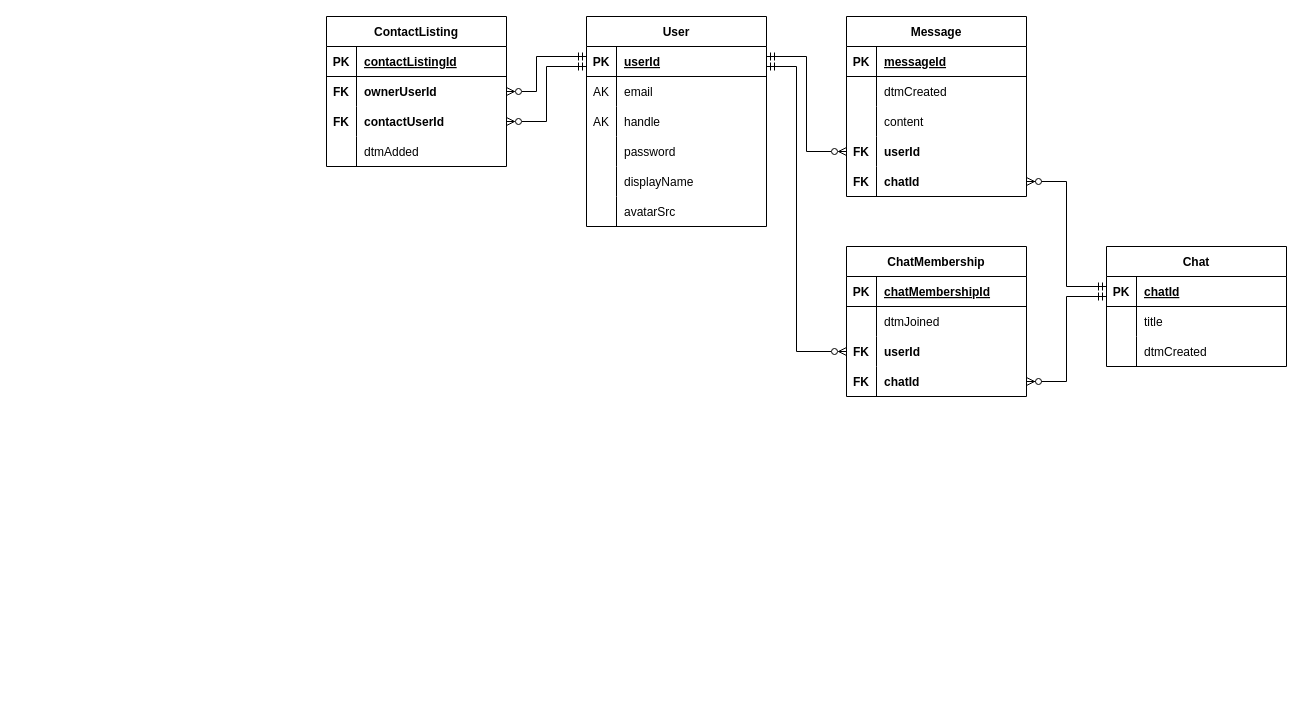
This is backend/ERD.drawio from canneth/hello-friend, a draw.io file, before an edit. Source tidied: cells renumbered, new cells numbered last; positions are measured from the earlier drawing's top-left corner, leaving out a move shared by most shapes. Both pictures are drawn from the tidied source at 100%, with x=0, y=0 at pixel (326, 16).
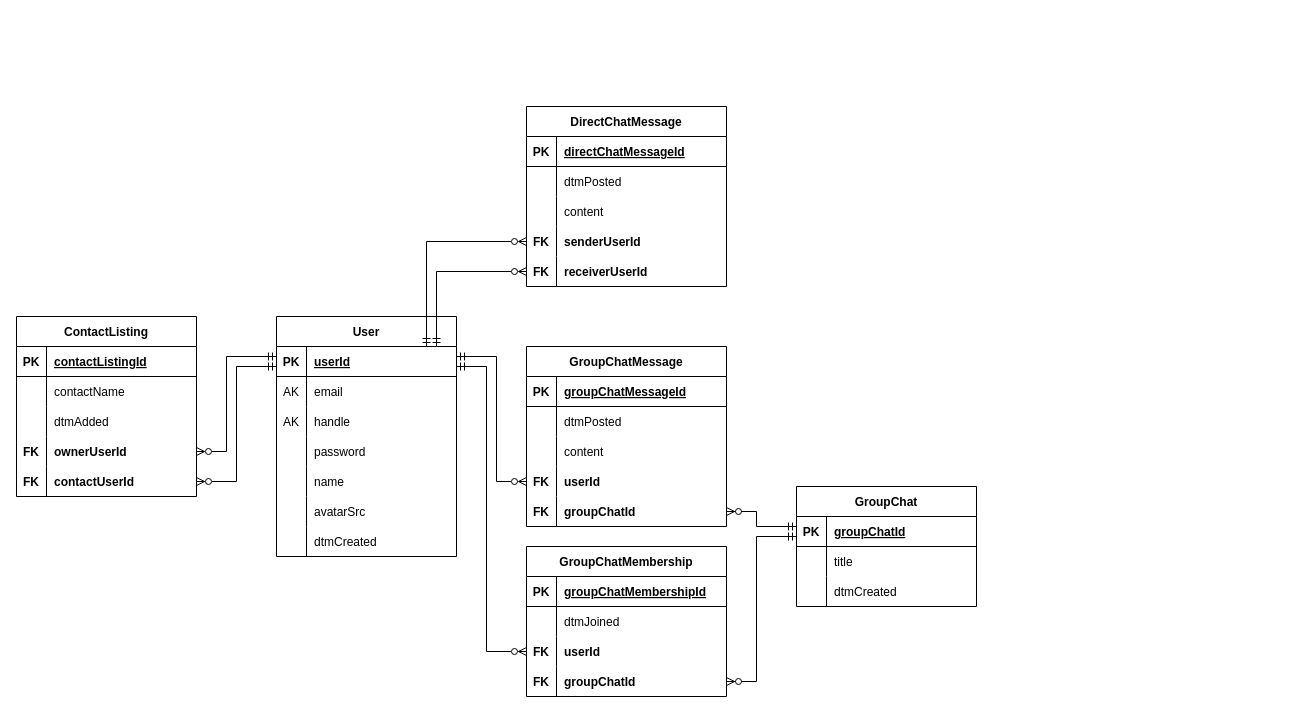
The same diagram, later.

Commit message (it also covers changes not shown here):
dev: Revise database architecture

The change refers to these unchanged cells:
```xml
<mxCell id="3" style="shape=partialRectangle;fillColor=none;top=0;left=0;bottom=1;right=0;points=[[0,0.5],[1,0.5]];portConstraint=eastwest;" parent="2" vertex="1">
  <mxGeometry y="30" width="180" height="30" as="geometry" />
</mxCell>
<mxCell id="15" style="shape=partialRectangle;fillColor=none;top=0;left=0;bottom=0;right=0;" parent="2" vertex="1">
  <mxGeometry y="150" width="180" height="30" as="geometry" />
</mxCell>
<mxCell id="39" style="shape=partialRectangle;fillColor=none;top=0;left=0;bottom=1;right=0;points=[[0,0.5],[1,0.5]];portConstraint=eastwest;" parent="38" vertex="1">
  <mxGeometry y="30" width="180" height="30" as="geometry" />
</mxCell>
```

What changed in the source:
```diff
@@
     <mxCell id="2" value="User" style="shape=table;startSize=30;childLayout=tableLayout;rowLines=0;fontStyle=1;align=center;" parent="1" vertex="1">
-      <mxGeometry x="260" width="180" height="210" as="geometry" />
+      <mxGeometry x="-50" y="300" width="180" height="240" as="geometry" />
     </mxCell>
@@
-    <mxCell id="17" value="displayName" style="shape=partialRectangle;fillColor=none;top=0;left=0;bottom=0;right=0;align=left;spacingLeft=6;overflow=hidden;" parent="15" vertex="1">
+    <mxCell id="17" value="name" style="shape=partialRectangle;fillColor=none;top=0;left=0;bottom=0;right=0;align=left;spacingLeft=6;overflow=hidden;" parent="15" vertex="1">
       <mxGeometry x="30" width="150" height="30" as="geometry" />
     </mxCell>
@@
+    <mxCell id="79" style="shape=partialRectangle;fillColor=none;top=0;left=0;bottom=0;right=0;" parent="2" vertex="1">
+      <mxGeometry y="210" width="180" height="30" as="geometry" />
+    </mxCell>
+    <mxCell id="80" style="shape=partialRectangle;fillColor=none;top=0;left=0;bottom=0;right=0;overflow=hidden;" parent="79" vertex="1">
+      <mxGeometry width="30" height="30" as="geometry" />
+    </mxCell>
+    <mxCell id="81" value="dtmCreated" style="shape=partialRectangle;fillColor=none;top=0;left=0;bottom=0;right=0;align=left;spacingLeft=6;overflow=hidden;" parent="79" vertex="1">
+      <mxGeometry x="30" width="150" height="30" as="geometry" />
+    </mxCell>
-    <mxCell id="21" value="Message" style="shape=table;startSize=30;childLayout=tableLayout;rowLines=0;fontStyle=1;align=center;" parent="1" vertex="1">
-      <mxGeometry x="520" width="180" height="180" as="geometry" />
+    <mxCell id="21" value="GroupChatMessage" style="shape=table;startSize=30;childLayout=tableLayout;rowLines=0;fontStyle=1;align=center;" parent="1" vertex="1">
+      <mxGeometry x="200" y="330" width="200" height="180" as="geometry" />
     </mxCell>
     <mxCell id="22" style="shape=partialRectangle;fillColor=none;top=0;left=0;bottom=1;right=0;" parent="21" vertex="1">
-      <mxGeometry y="30" width="180" height="30" as="geometry" />
+      <mxGeometry y="30" width="200" height="30" as="geometry" />
     </mxCell>
@@
-    <mxCell id="24" value="messageId" style="shape=partialRectangle;fillColor=none;top=0;left=0;bottom=0;right=0;align=left;spacingLeft=6;fontStyle=5;overflow=hidden;" parent="22" vertex="1">
-      <mxGeometry x="30" width="150" height="30" as="geometry" />
+    <mxCell id="24" value="groupChatMessageId" style="shape=partialRectangle;fillColor=none;top=0;left=0;bottom=0;right=0;align=left;spacingLeft=6;fontStyle=5;overflow=hidden;" parent="22" vertex="1">
+      <mxGeometry x="30" width="170" height="30" as="geometry" />
     </mxCell>
     <mxCell id="25" style="shape=partialRectangle;fillColor=none;top=0;left=0;bottom=0;right=0;" parent="21" vertex="1">
-      <mxGeometry y="60" width="180" height="30" as="geometry" />
+      <mxGeometry y="60" width="200" height="30" as="geometry" />
     </mxCell>
@@
-    <mxCell id="27" value="dtmCreated" style="shape=partialRectangle;fillColor=none;top=0;left=0;bottom=0;right=0;align=left;spacingLeft=6;overflow=hidden;" parent="25" vertex="1">
-      <mxGeometry x="30" width="150" height="30" as="geometry" />
+    <mxCell id="27" value="dtmPosted" style="shape=partialRectangle;fillColor=none;top=0;left=0;bottom=0;right=0;align=left;spacingLeft=6;overflow=hidden;" parent="25" vertex="1">
+      <mxGeometry x="30" width="170" height="30" as="geometry" />
     </mxCell>
     <mxCell id="28" style="shape=partialRectangle;fillColor=none;top=0;left=0;bottom=0;right=0;" parent="21" vertex="1">
-      <mxGeometry y="90" width="180" height="30" as="geometry" />
+      <mxGeometry y="90" width="200" height="30" as="geometry" />
     </mxCell>
@@
     <mxCell id="30" value="content" style="shape=partialRectangle;fillColor=none;top=0;left=0;bottom=0;right=0;align=left;spacingLeft=6;overflow=hidden;" parent="28" vertex="1">
-      <mxGeometry x="30" width="150" height="30" as="geometry" />
+      <mxGeometry x="30" width="170" height="30" as="geometry" />
     </mxCell>
     <mxCell id="31" style="shape=partialRectangle;fillColor=none;top=0;left=0;bottom=0;right=0;points=[[0,0.5],[1,0.5]];portConstraint=eastwest;" parent="21" vertex="1">
-      <mxGeometry y="120" width="180" height="30" as="geometry" />
+      <mxGeometry y="120" width="200" height="30" as="geometry" />
     </mxCell>
@@
     <mxCell id="33" value="userId" style="shape=partialRectangle;fillColor=none;top=0;left=0;bottom=0;right=0;align=left;spacingLeft=6;overflow=hidden;fontStyle=1;" parent="31" vertex="1">
-      <mxGeometry x="30" width="150" height="30" as="geometry" />
+      <mxGeometry x="30" width="170" height="30" as="geometry" />
     </mxCell>
     <mxCell id="34" style="shape=partialRectangle;fillColor=none;top=0;left=0;bottom=0;right=0;points=[[0,0.5],[1,0.5]];portConstraint=eastwest;" parent="21" vertex="1">
-      <mxGeometry y="150" width="180" height="30" as="geometry" />
+      <mxGeometry y="150" width="200" height="30" as="geometry" />
     </mxCell>
@@
-    <mxCell id="36" value="chatId" style="shape=partialRectangle;fillColor=none;top=0;left=0;bottom=0;right=0;align=left;spacingLeft=6;overflow=hidden;fontStyle=1;" parent="34" vertex="1">
-      <mxGeometry x="30" width="150" height="30" as="geometry" />
+    <mxCell id="36" value="groupChatId" style="shape=partialRectangle;fillColor=none;top=0;left=0;bottom=0;right=0;align=left;spacingLeft=6;overflow=hidden;fontStyle=1;" parent="34" vertex="1">
+      <mxGeometry x="30" width="170" height="30" as="geometry" />
     </mxCell>
     <mxCell id="37" style="edgeStyle=orthogonalEdgeStyle;rounded=0;jettySize=auto;html=1;endArrow=ERzeroToMany;endFill=0;strokeColor=default;startArrow=ERmandOne;startFill=0;" parent="1" edge="1" source="3" target="31">
       <mxGeometry relative="1" as="geometry">
         <Array as="points">
-          <mxPoint x="480" y="40" />
-          <mxPoint x="480" y="135" />
+          <mxPoint x="170" y="340" />
+          <mxPoint x="170" y="465" />
         </Array>
       </mxGeometry>
     </mxCell>
-    <mxCell id="38" value="Chat" style="shape=table;startSize=30;childLayout=tableLayout;rowLines=0;fontStyle=1;align=center;" parent="1" vertex="1">
-      <mxGeometry x="780" y="230" width="180" height="120" as="geometry" />
+    <mxCell id="38" value="GroupChat" style="shape=table;startSize=30;childLayout=tableLayout;rowLines=0;fontStyle=1;align=center;" parent="1" vertex="1">
+      <mxGeometry x="470" y="470" width="180" height="120" as="geometry" />
     </mxCell>
@@
-    <mxCell id="41" value="chatId" style="shape=partialRectangle;fillColor=none;top=0;left=0;bottom=0;right=0;align=left;spacingLeft=6;fontStyle=5;overflow=hidden;" parent="39" vertex="1">
+    <mxCell id="41" value="groupChatId" style="shape=partialRectangle;fillColor=none;top=0;left=0;bottom=0;right=0;align=left;spacingLeft=6;fontStyle=5;overflow=hidden;" parent="39" vertex="1">
       <mxGeometry x="30" width="150" height="30" as="geometry" />
     </mxCell>
@@
     <mxCell id="48" style="edgeStyle=orthogonalEdgeStyle;rounded=0;jettySize=auto;html=1;startArrow=ERzeroToMany;startFill=1;endArrow=ERmandOne;endFill=0;strokeColor=default;" parent="1" edge="1" source="34" target="39">
       <mxGeometry relative="1" as="geometry">
         <Array as="points">
-          <mxPoint x="740" y="165" />
-          <mxPoint x="740" y="270" />
+          <mxPoint x="430" y="495" />
+          <mxPoint x="430" y="510" />
         </Array>
       </mxGeometry>
     </mxCell>
-    <mxCell id="49" value="ChatMembership" style="shape=table;startSize=30;childLayout=tableLayout;rowLines=0;fontStyle=1;align=center;" parent="1" vertex="1">
-      <mxGeometry x="520" y="230" width="180" height="150" as="geometry" />
+    <mxCell id="49" value="GroupChatMembership" style="shape=table;startSize=30;childLayout=tableLayout;rowLines=0;fontStyle=1;align=center;" parent="1" vertex="1">
+      <mxGeometry x="200" y="530" width="200" height="150" as="geometry" />
     </mxCell>
     <mxCell id="50" style="shape=partialRectangle;fillColor=none;top=0;left=0;bottom=1;right=0;" parent="49" vertex="1">
-      <mxGeometry y="30" width="180" height="30" as="geometry" />
+      <mxGeometry y="30" width="200" height="30" as="geometry" />
     </mxCell>
@@
-    <mxCell id="52" value="chatMembershipId" style="shape=partialRectangle;fillColor=none;top=0;left=0;bottom=0;right=0;align=left;spacingLeft=6;fontStyle=5;overflow=hidden;" parent="50" vertex="1">
-      <mxGeometry x="30" width="150" height="30" as="geometry" />
+    <mxCell id="52" value="groupChatMembershipId" style="shape=partialRectangle;fillColor=none;top=0;left=0;bottom=0;right=0;align=left;spacingLeft=6;fontStyle=5;overflow=hidden;" parent="50" vertex="1">
+      <mxGeometry x="30" width="170" height="30" as="geometry" />
     </mxCell>
     <mxCell id="53" style="shape=partialRectangle;fillColor=none;top=0;left=0;bottom=0;right=0;" parent="49" vertex="1">
-      <mxGeometry y="60" width="180" height="30" as="geometry" />
+      <mxGeometry y="60" width="200" height="30" as="geometry" />
     </mxCell>
@@
     <mxCell id="55" value="dtmJoined" style="shape=partialRectangle;fillColor=none;top=0;left=0;bottom=0;right=0;align=left;spacingLeft=6;overflow=hidden;" parent="53" vertex="1">
-      <mxGeometry x="30" width="150" height="30" as="geometry" />
+      <mxGeometry x="30" width="170" height="30" as="geometry" />
     </mxCell>
     <mxCell id="56" style="shape=partialRectangle;fillColor=none;top=0;left=0;bottom=0;right=0;points=[[0,0.5],[1,0.5]];portConstraint=eastwest;" parent="49" vertex="1">
-      <mxGeometry y="90" width="180" height="30" as="geometry" />
+      <mxGeometry y="90" width="200" height="30" as="geometry" />
     </mxCell>
@@
     <mxCell id="58" value="userId" style="shape=partialRectangle;fillColor=none;top=0;left=0;bottom=0;right=0;align=left;spacingLeft=6;overflow=hidden;fontStyle=1;" parent="56" vertex="1">
-      <mxGeometry x="30" width="150" height="30" as="geometry" />
+      <mxGeometry x="30" width="170" height="30" as="geometry" />
     </mxCell>
     <mxCell id="59" style="shape=partialRectangle;fillColor=none;top=0;left=0;bottom=0;right=0;points=[[0,0.5],[1,0.5]];portConstraint=eastwest;" parent="49" vertex="1">
-      <mxGeometry y="120" width="180" height="30" as="geometry" />
+      <mxGeometry y="120" width="200" height="30" as="geometry" />
     </mxCell>
@@
-    <mxCell id="61" value="chatId" style="shape=partialRectangle;fillColor=none;top=0;left=0;bottom=0;right=0;align=left;spacingLeft=6;overflow=hidden;fontStyle=1;" parent="59" vertex="1">
-      <mxGeometry x="30" width="150" height="30" as="geometry" />
+    <mxCell id="61" value="groupChatId" style="shape=partialRectangle;fillColor=none;top=0;left=0;bottom=0;right=0;align=left;spacingLeft=6;overflow=hidden;fontStyle=1;" parent="59" vertex="1">
+      <mxGeometry x="30" width="170" height="30" as="geometry" />
     </mxCell>
     <mxCell id="62" style="edgeStyle=orthogonalEdgeStyle;rounded=0;jettySize=auto;html=1;startArrow=ERmandOne;startFill=0;endArrow=ERzeroToMany;endFill=0;strokeColor=default;" parent="1" edge="1" source="3" target="56">
       <mxGeometry relative="1" as="geometry">
         <Array as="points">
-          <mxPoint x="470" y="50" />
-          <mxPoint x="470" y="335" />
+          <mxPoint x="160" y="350" />
+          <mxPoint x="160" y="635" />
         </Array>
       </mxGeometry>
     </mxCell>
     <mxCell id="63" style="edgeStyle=orthogonalEdgeStyle;rounded=0;jettySize=auto;html=1;startArrow=ERzeroToMany;startFill=1;endArrow=ERmandOne;endFill=0;strokeColor=default;" parent="1" edge="1" source="59" target="39">
       <mxGeometry relative="1" as="geometry">
         <Array as="points">
-          <mxPoint x="740" y="365" />
-          <mxPoint x="740" y="280" />
+          <mxPoint x="430" y="665" />
+          <mxPoint x="430" y="520" />
         </Array>
       </mxGeometry>
     </mxCell>
     <mxCell id="64" value="ContactListing" style="shape=table;startSize=30;childLayout=tableLayout;rowLines=0;fontStyle=1;align=center;" parent="1" vertex="1">
-      <mxGeometry width="180" height="150" as="geometry" />
+      <mxGeometry x="-310" y="300" width="180" height="180" as="geometry" />
     </mxCell>
@@
+    <mxCell id="82" style="shape=partialRectangle;fillColor=none;top=0;left=0;bottom=0;right=0;" parent="64" vertex="1">
+      <mxGeometry y="60" width="180" height="30" as="geometry" />
+    </mxCell>
+    <mxCell id="83" style="shape=partialRectangle;fillColor=none;top=0;left=0;bottom=0;right=0;overflow=hidden;" parent="82" vertex="1">
+      <mxGeometry width="30" height="30" as="geometry" />
+    </mxCell>
+    <mxCell id="84" value="contactName" style="shape=partialRectangle;fillColor=none;top=0;left=0;bottom=0;right=0;align=left;spacingLeft=6;overflow=hidden;" parent="82" vertex="1">
+      <mxGeometry x="30" width="150" height="30" as="geometry" />
+    </mxCell>
+    <mxCell id="74" style="shape=partialRectangle;fillColor=none;top=0;left=0;bottom=0;right=0;" parent="64" vertex="1">
+      <mxGeometry y="90" width="180" height="30" as="geometry" />
+    </mxCell>
+    <mxCell id="75" style="shape=partialRectangle;fillColor=none;top=0;left=0;bottom=0;right=0;overflow=hidden;" parent="74" vertex="1">
+      <mxGeometry width="30" height="30" as="geometry" />
+    </mxCell>
+    <mxCell id="76" value="dtmAdded" style="shape=partialRectangle;fillColor=none;top=0;left=0;bottom=0;right=0;align=left;spacingLeft=6;overflow=hidden;" parent="74" vertex="1">
+      <mxGeometry x="30" width="150" height="30" as="geometry" />
+    </mxCell>
     <mxCell id="68" style="shape=partialRectangle;fillColor=none;top=0;left=0;bottom=0;right=0;points=[[0,0.5],[1,0.5]];portConstraint=eastwest;" parent="64" vertex="1">
-      <mxGeometry y="60" width="180" height="30" as="geometry" />
+      <mxGeometry y="120" width="180" height="30" as="geometry" />
     </mxCell>
@@
     <mxCell id="71" style="shape=partialRectangle;fillColor=none;top=0;left=0;bottom=0;right=0;points=[[0,0.5],[1,0.5]];portConstraint=eastwest;" parent="64" vertex="1">
-      <mxGeometry y="90" width="180" height="30" as="geometry" />
+      <mxGeometry y="150" width="180" height="30" as="geometry" />
     </mxCell>
@@
-    <mxCell id="74" style="shape=partialRectangle;fillColor=none;top=0;left=0;bottom=0;right=0;" parent="64" vertex="1">
-      <mxGeometry y="120" width="180" height="30" as="geometry" />
-    </mxCell>
-    <mxCell id="75" style="shape=partialRectangle;fillColor=none;top=0;left=0;bottom=0;right=0;overflow=hidden;" parent="74" vertex="1">
-      <mxGeometry width="30" height="30" as="geometry" />
-    </mxCell>
-    <mxCell id="76" value="dtmAdded" style="shape=partialRectangle;fillColor=none;top=0;left=0;bottom=0;right=0;align=left;spacingLeft=6;overflow=hidden;" parent="74" vertex="1">
-      <mxGeometry x="30" width="150" height="30" as="geometry" />
-    </mxCell>
     <mxCell id="77" style="edgeStyle=orthogonalEdgeStyle;rounded=0;jettySize=auto;html=1;startArrow=ERmandOne;startFill=0;endArrow=ERzeroToMany;endFill=0;strokeColor=default;" parent="1" edge="1" source="3" target="68">
       <mxGeometry relative="1" as="geometry">
         <Array as="points">
-          <mxPoint x="210" y="40" />
-          <mxPoint x="210" y="75" />
+          <mxPoint x="-100" y="340" />
+          <mxPoint x="-100" y="435" />
         </Array>
       </mxGeometry>
     </mxCell>
     <mxCell id="78" style="edgeStyle=orthogonalEdgeStyle;rounded=0;jettySize=auto;html=1;startArrow=ERmandOne;startFill=0;endArrow=ERzeroToMany;endFill=0;strokeColor=default;" parent="1" edge="1" source="3" target="71">
       <mxGeometry relative="1" as="geometry">
         <Array as="points">
-          <mxPoint x="220" y="50" />
-          <mxPoint x="220" y="105" />
+          <mxPoint x="-90" y="350" />
+          <mxPoint x="-90" y="465" />
         </Array>
       </mxGeometry>
     </mxCell>
+    <mxCell id="85" value="DirectChatMessage" style="shape=table;startSize=30;childLayout=tableLayout;rowLines=0;fontStyle=1;align=center;" parent="1" vertex="1">
+      <mxGeometry x="200" y="90" width="200" height="180" as="geometry" />
+    </mxCell>
+    <mxCell id="86" style="shape=partialRectangle;fillColor=none;top=0;left=0;bottom=1;right=0;" parent="85" vertex="1">
+      <mxGeometry y="30" width="200" height="30" as="geometry" />
+    </mxCell>
+    <mxCell id="87" value="PK" style="shape=partialRectangle;fillColor=none;top=0;left=0;bottom=0;right=0;fontStyle=1;overflow=hidden;" parent="86" vertex="1">
+      <mxGeometry width="30" height="30" as="geometry" />
+    </mxCell>
+    <mxCell id="88" value="directChatMessageId" style="shape=partialRectangle;fillColor=none;top=0;left=0;bottom=0;right=0;align=left;spacingLeft=6;fontStyle=5;overflow=hidden;" parent="86" vertex="1">
+      <mxGeometry x="30" width="170" height="30" as="geometry" />
+    </mxCell>
+    <mxCell id="89" style="shape=partialRectangle;fillColor=none;top=0;left=0;bottom=0;right=0;" parent="85" vertex="1">
+      <mxGeometry y="60" width="200" height="30" as="geometry" />
+    </mxCell>
+    <mxCell id="90" style="shape=partialRectangle;fillColor=none;top=0;left=0;bottom=0;right=0;overflow=hidden;" parent="89" vertex="1">
+      <mxGeometry width="30" height="30" as="geometry" />
+    </mxCell>
+    <mxCell id="91" value="dtmPosted" style="shape=partialRectangle;fillColor=none;top=0;left=0;bottom=0;right=0;align=left;spacingLeft=6;overflow=hidden;" parent="89" vertex="1">
+      <mxGeometry x="30" width="170" height="30" as="geometry" />
+    </mxCell>
+    <mxCell id="92" style="shape=partialRectangle;fillColor=none;top=0;left=0;bottom=0;right=0;" parent="85" vertex="1">
+      <mxGeometry y="90" width="200" height="30" as="geometry" />
+    </mxCell>
+    <mxCell id="93" style="shape=partialRectangle;fillColor=none;top=0;left=0;bottom=0;right=0;overflow=hidden;" parent="92" vertex="1">
+      <mxGeometry width="30" height="30" as="geometry" />
+    </mxCell>
+    <mxCell id="94" value="content" style="shape=partialRectangle;fillColor=none;top=0;left=0;bottom=0;right=0;align=left;spacingLeft=6;overflow=hidden;" parent="92" vertex="1">
+      <mxGeometry x="30" width="170" height="30" as="geometry" />
+    </mxCell>
+    <mxCell id="95" style="shape=partialRectangle;fillColor=none;top=0;left=0;bottom=0;right=0;points=[[0,0.5],[1,0.5]];portConstraint=eastwest;" parent="85" vertex="1">
+      <mxGeometry y="120" width="200" height="30" as="geometry" />
+    </mxCell>
+    <mxCell id="96" value="FK" style="shape=partialRectangle;fillColor=none;top=0;left=0;bottom=0;right=0;overflow=hidden;fontStyle=1;" parent="95" vertex="1">
+      <mxGeometry width="30" height="30" as="geometry" />
+    </mxCell>
+    <mxCell id="97" value="senderUserId" style="shape=partialRectangle;fillColor=none;top=0;left=0;bottom=0;right=0;align=left;spacingLeft=6;overflow=hidden;fontStyle=1;" parent="95" vertex="1">
+      <mxGeometry x="30" width="170" height="30" as="geometry" />
+    </mxCell>
+    <mxCell id="98" style="shape=partialRectangle;fillColor=none;top=0;left=0;bottom=0;right=0;points=[[0,0.5],[1,0.5]];portConstraint=eastwest;" parent="85" vertex="1">
+      <mxGeometry y="150" width="200" height="30" as="geometry" />
+    </mxCell>
+    <mxCell id="99" value="FK" style="shape=partialRectangle;fillColor=none;top=0;left=0;bottom=0;right=0;overflow=hidden;fontStyle=1;" parent="98" vertex="1">
+      <mxGeometry width="30" height="30" as="geometry" />
+    </mxCell>
+    <mxCell id="100" value="receiverUserId" style="shape=partialRectangle;fillColor=none;top=0;left=0;bottom=0;right=0;align=left;spacingLeft=6;overflow=hidden;fontStyle=1;" parent="98" vertex="1">
+      <mxGeometry x="30" width="170" height="30" as="geometry" />
+    </mxCell>
+    <mxCell id="101" style="edgeStyle=orthogonalEdgeStyle;rounded=0;jettySize=auto;html=1;startArrow=ERzeroToMany;startFill=0;endArrow=ERmandOne;endFill=0;" parent="1" edge="1" source="95" target="3">
+      <mxGeometry relative="1" as="geometry">
+        <Array as="points">
+          <mxPoint x="100" y="225" />
+        </Array>
+      </mxGeometry>
+    </mxCell>
+    <mxCell id="102" style="edgeStyle=orthogonalEdgeStyle;rounded=0;jettySize=auto;html=1;startArrow=ERzeroToMany;startFill=0;endArrow=ERmandOne;endFill=0;" parent="1" edge="1" source="98" target="3">
+      <mxGeometry relative="1" as="geometry">
+        <Array as="points">
+          <mxPoint x="110" y="255" />
+        </Array>
+      </mxGeometry>
+    </mxCell>
```
